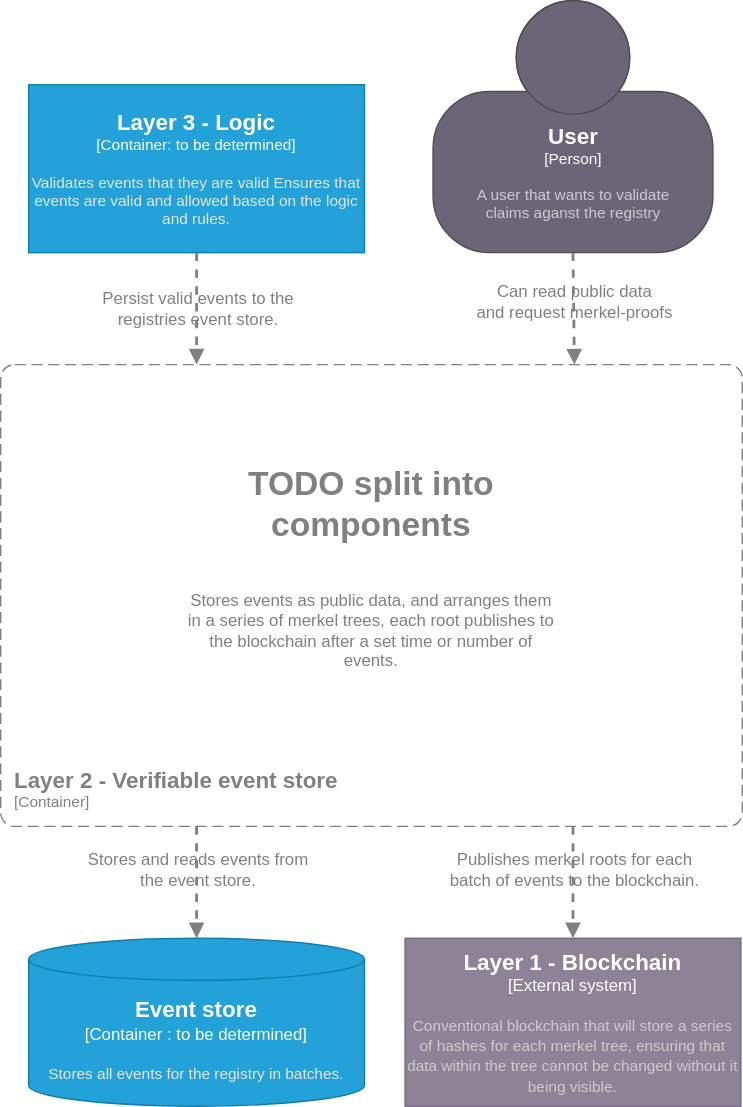
This is doc/layer2_verifiable_event_store/component_diagra.drawio.svg from project-origin/registry, a draw.io export, as it was before one commit. Source tidied: cells renumbered, new cells last; positions are measured from the earlier drawing's top-left corner, leaving out a move shared by most shapes.
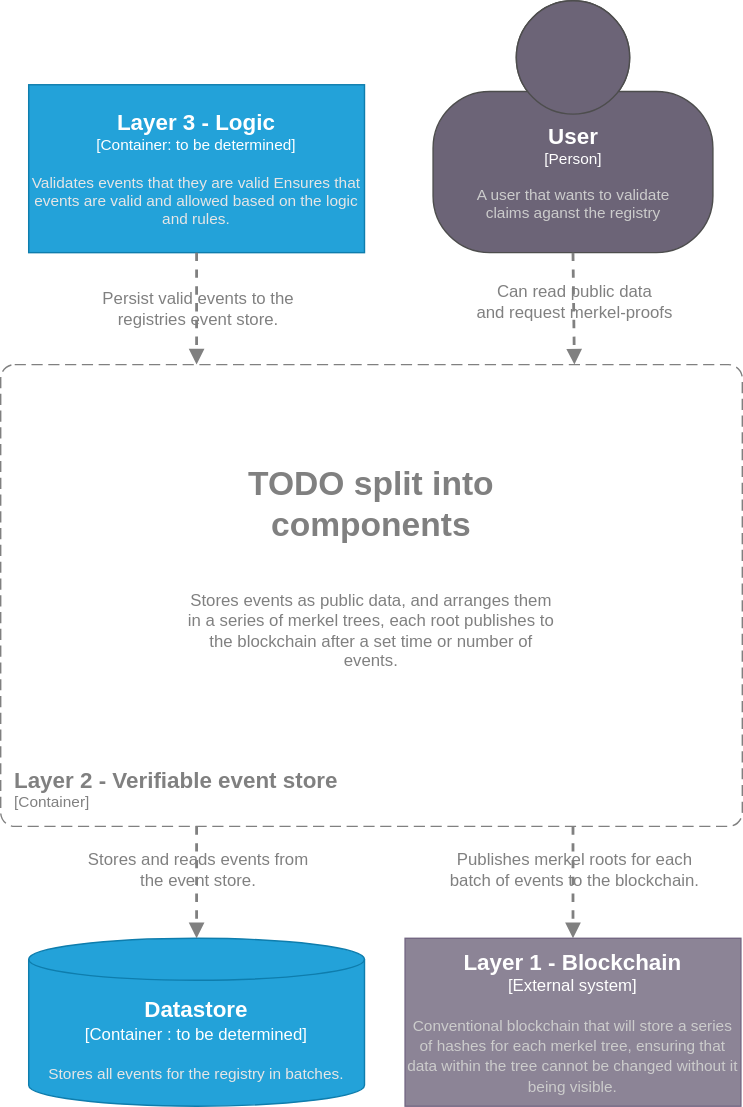
After the commit.

Diff of the diagram source:
```diff
@@ -43,7 +43,7 @@
         <mxPoint x="1" y="4" as="offset" />
       </mxGeometry>
     </mxCell>
-    <object id="11" label="&lt;font style=&quot;font-size: 16px&quot;&gt;&lt;b&gt;%c4Type%&lt;/font&gt;&lt;div&gt;[%c4Container%:&amp;nbsp;%c4Technology%]&lt;/div&gt;&lt;br&gt;&lt;div&gt;&lt;font style=&quot;font-size: 11px&quot;&gt;&lt;font color=&quot;#E6E6E6&quot;&gt;%c4Description%&lt;/font&gt;&lt;/div&gt;" c4Container="Container " c4Description="Stores all events for the registry in batches." c4Technology="to be determined" c4Type="Event store" placeholders="1">
+    <object id="11" label="&lt;font style=&quot;font-size: 16px&quot;&gt;&lt;b&gt;%c4Type%&lt;/font&gt;&lt;div&gt;[%c4Container%:&amp;nbsp;%c4Technology%]&lt;/div&gt;&lt;br&gt;&lt;div&gt;&lt;font style=&quot;font-size: 11px&quot;&gt;&lt;font color=&quot;#E6E6E6&quot;&gt;%c4Description%&lt;/font&gt;&lt;/div&gt;" c4Container="Container " c4Description="Stores all events for the registry in batches." c4Technology="to be determined" c4Type="Datastore" placeholders="1">
       <mxCell style="shape=cylinder3;size=15;whiteSpace=wrap;html=1;boundedLbl=1;rounded=0;labelBackgroundColor=none;fillColor=#23A2D9;fontSize=12;fontColor=#ffffff;align=center;strokeColor=#0E7DAD;points=[[0.5,0,0],[1,0.25,0],[1,0.5,0],[1,0.75,0],[0.5,1,0],[0,0.75,0],[0,0.5,0],[0,0.25,0]];" parent="1" vertex="1">
         <mxGeometry x="20" y="670" width="240" height="120" as="geometry" />
       </mxCell>
```
